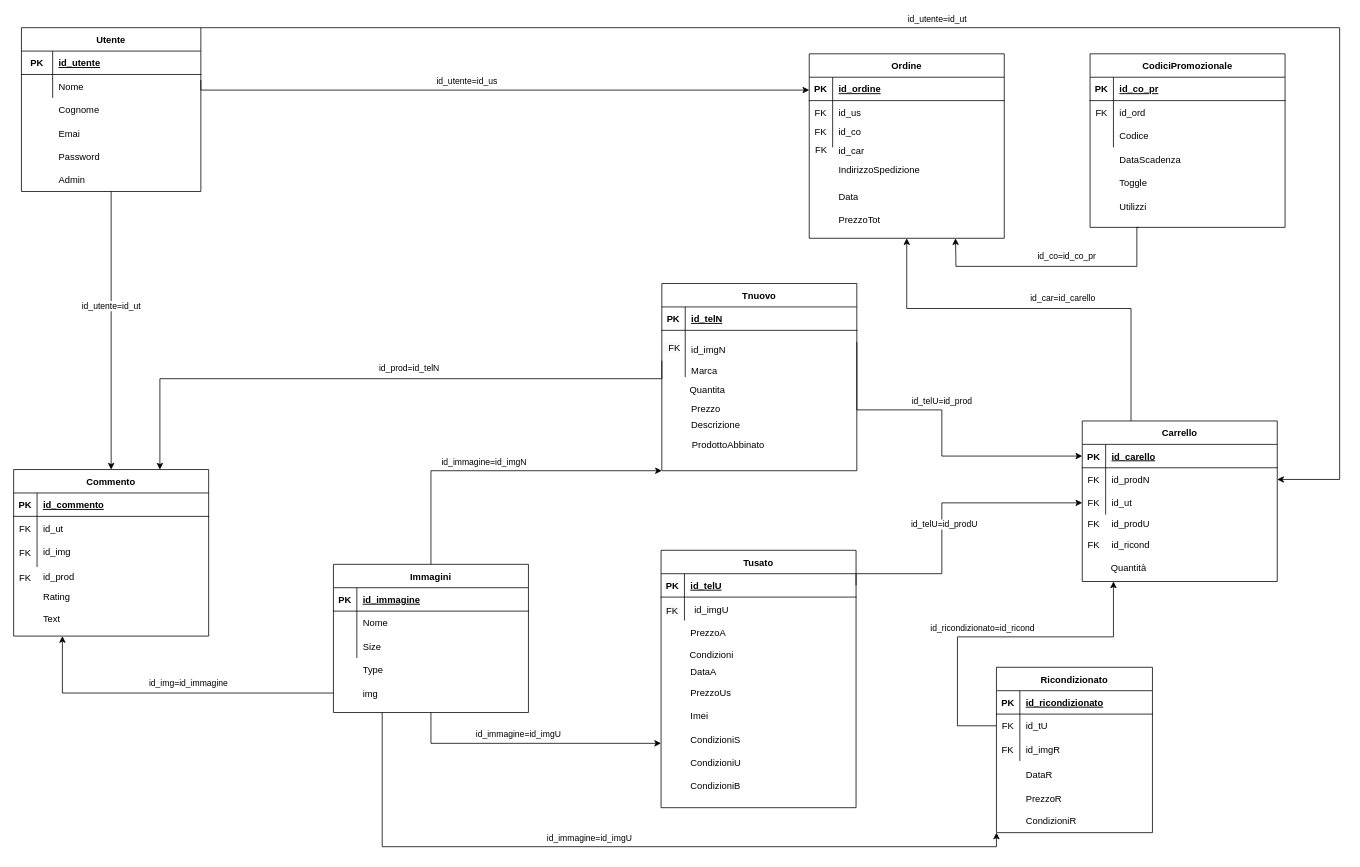
doublep21/PearShop keeps this draw.io diagram as Creazione DBMS/PearShop.drawio. Above is the earlier version. Source tidied: cells renumbered, new cells numbered last; positions are measured from the earlier drawing's top-left corner, leaving out a move shared by most shapes. Both pictures are drawn from the tidied source at 78%, with x=0, y=0 at pixel (13, 27).
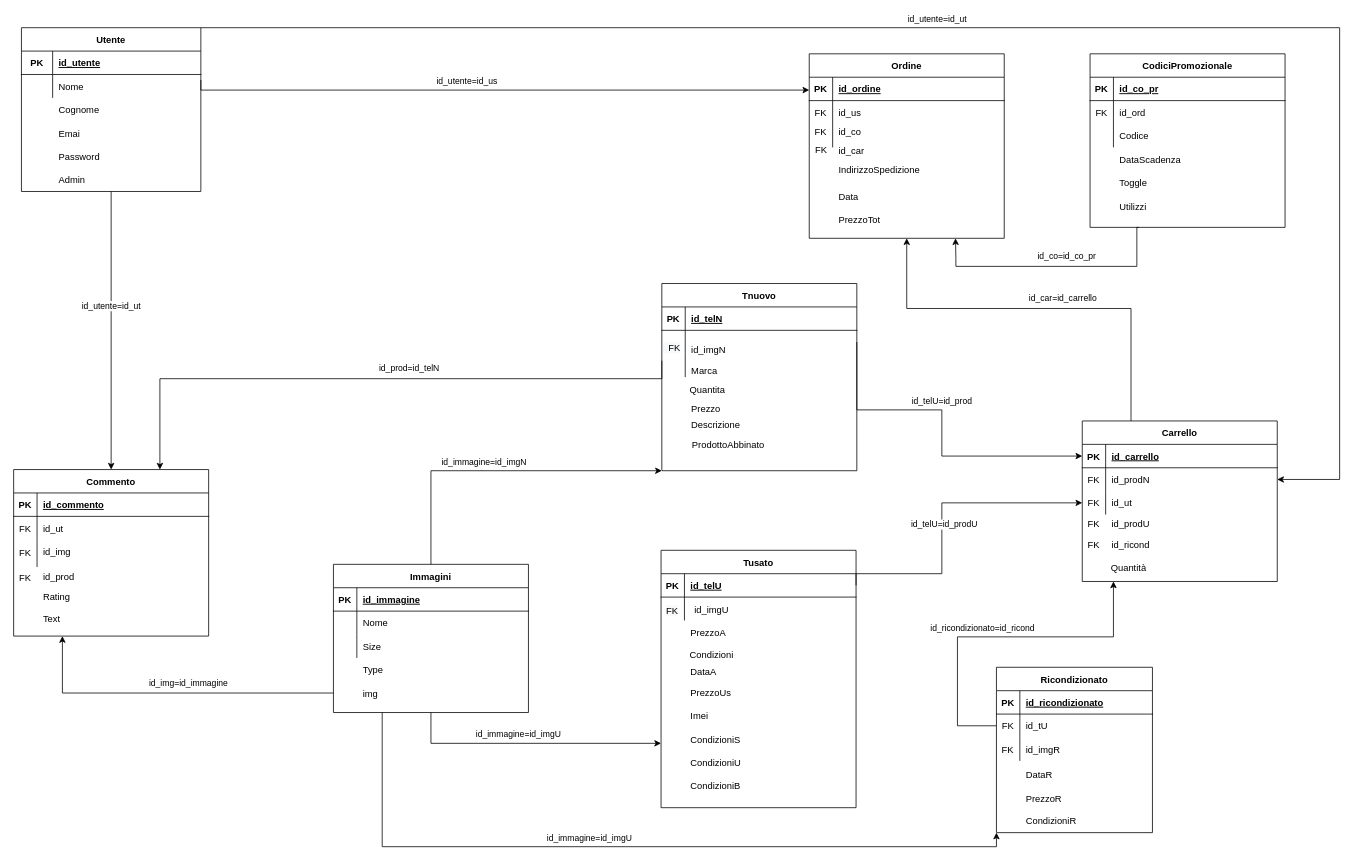
Above is the later version.

Commit message (it also covers changes not shown here):
Modifica carrello

Unchanged cells that the change refers to:
```xml
<mxCell id="150" style="shape=partialRectangle;fillColor=none;points=[[0,0.5],[1,0.5]];portConstraint=eastwest;top=0;left=0;right=0;bottom=1;" parent="149" vertex="1">
  <mxGeometry y="30" width="250" height="30" as="geometry" />
</mxCell>
<mxCell id="169" style="edgeStyle=orthogonalEdgeStyle;rounded=0;jettySize=auto;html=1;exitX=0.25;exitY=0;exitDx=0;exitDy=0;entryX=0.5;entryY=1;entryDx=0;entryDy=0;" parent="1" edge="1" source="149" target="65">
  <mxGeometry relative="1" as="geometry">
    <Array as="points">
      <mxPoint x="1433" y="360" />
      <mxPoint x="1145" y="360" />
    </Array>
  </mxGeometry>
</mxCell>
```

The edit, as a diff of the source:
```diff
@@
-    <mxCell id="152" value="id_carello" style="shape=partialRectangle;overflow=hidden;fillColor=none;top=0;left=0;bottom=0;right=0;align=left;spacingLeft=6;fontStyle=5;" parent="150" vertex="1">
+    <mxCell id="152" value="id_carrello" style="shape=partialRectangle;overflow=hidden;fillColor=none;top=0;left=0;bottom=0;right=0;align=left;spacingLeft=6;fontStyle=5;" parent="150" vertex="1">
       <mxGeometry x="30" width="220" height="30" as="geometry" />
     </mxCell>
@@
-    <mxCell id="170" value="id_car=id_carello" style="edgeLabel;html=1;align=center;verticalAlign=middle;" parent="169" vertex="1">
+    <mxCell id="170" value="id_car=id_carrello" style="edgeLabel;html=1;align=center;verticalAlign=middle;" parent="169" vertex="1">
       <mxGeometry x="-0.11" y="-1" relative="1" as="geometry">
         <mxPoint y="-13" as="offset" />
       </mxGeometry>
     </mxCell>
```
